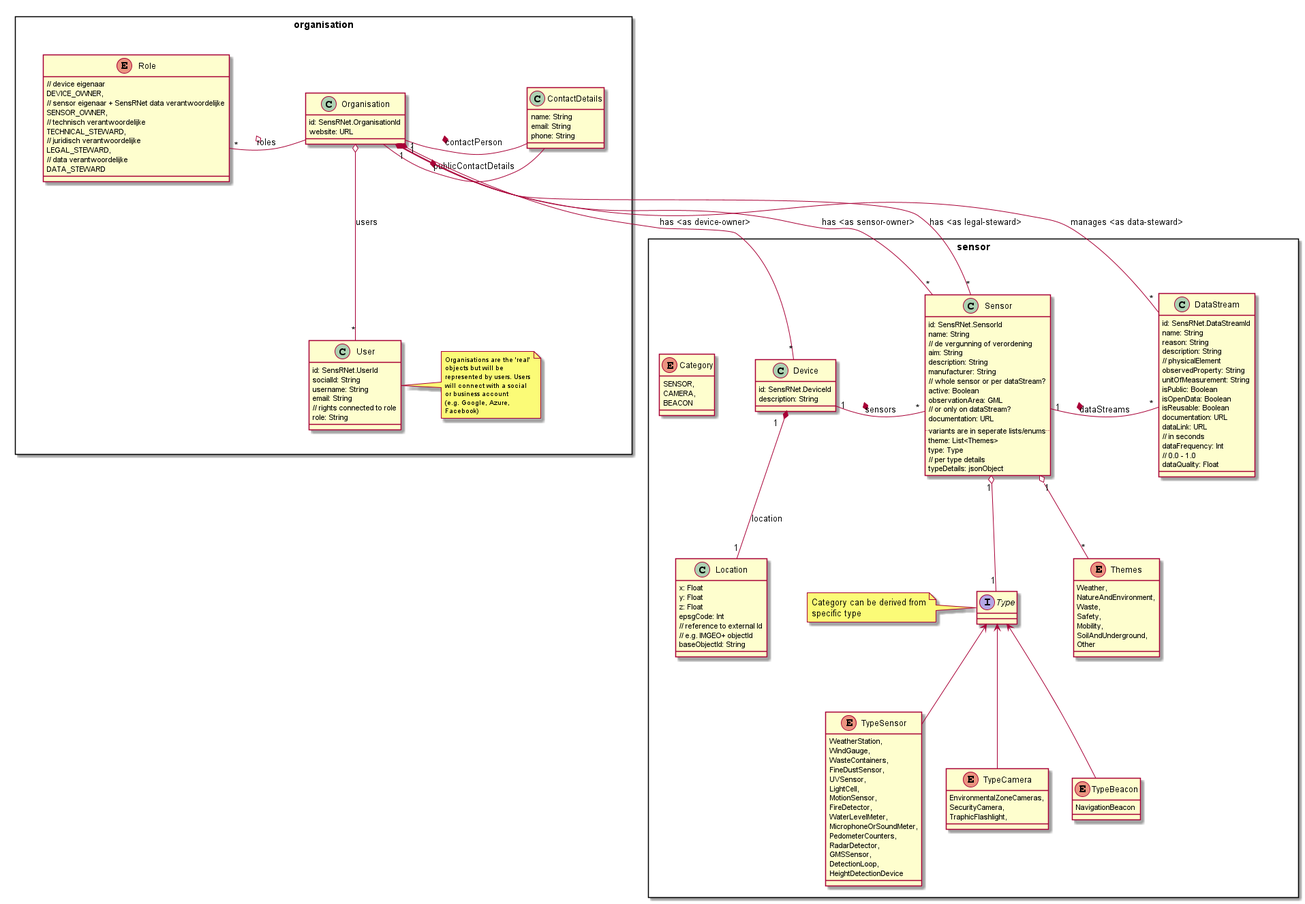
kadaster-labs/sensrnet-home keeps this PlantUML diagram as images/SensRNet-UML-Model.png. Above is the earlier version.
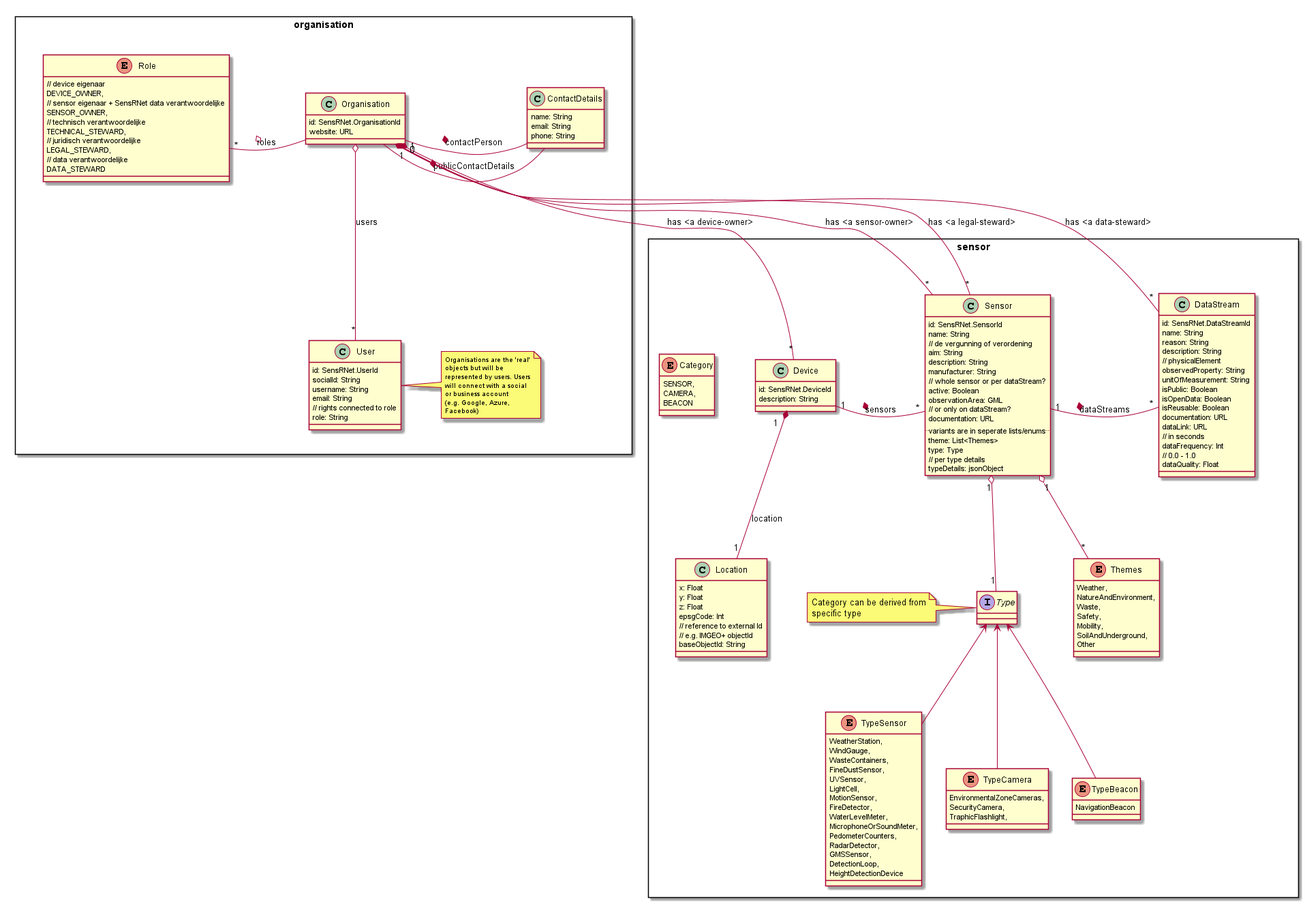
After the commit.

The edit, as a diff of the source:
```diff
@@ -173,9 +173,9 @@
     Type <-- TypeCamera
 }
 
-Organisation "1" *-- "*" Device : has <as device-owner>
-Organisation "1" *-- "*" Sensor : has <as sensor-owner>
-Organisation "1" *-- "*" Sensor : has <as legal-steward>
-Organisation "1" *-- "*" DataStream : manages <as data-steward>
+Organisation "1" *-- "*" Device : has <a device-owner>
+Organisation "1" *-- "*" Sensor : has <a sensor-owner>
+Organisation "0" *-- "*" Sensor : has <a legal-steward>
+Organisation "0" *-- "*" DataStream : has <a data-steward>
 
 @enduml
```
